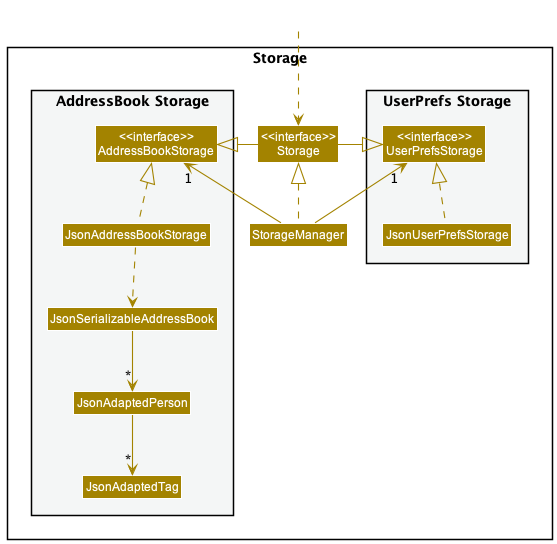
This is docs/images/StorageClassDiagram.png from nus-cs2103-AY2223S2/tp, a PlantUML export, as it was before one commit.
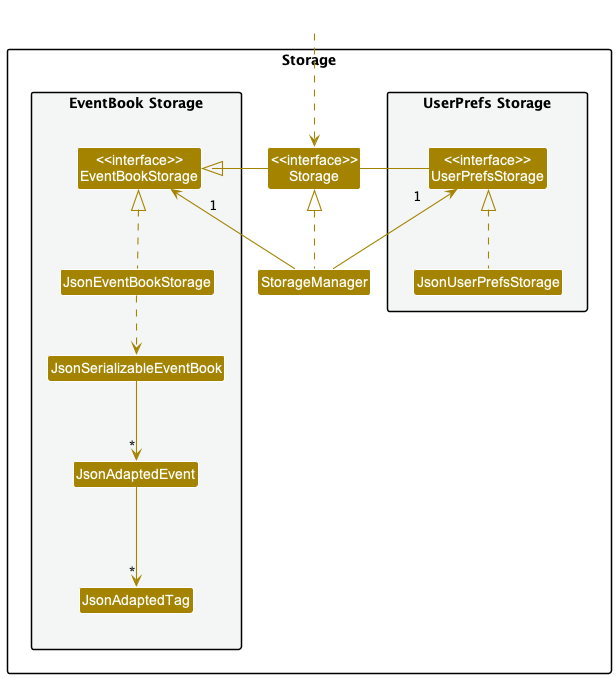
Later version of the same file.

The edit, as a diff of the source:
```diff
@@ -14,11 +14,11 @@
 Class "<<interface>>\nStorage" as Storage
 Class StorageManager
 
-package "AddressBook Storage" #F4F6F6{
-Class "<<interface>>\nAddressBookStorage" as AddressBookStorage
-Class JsonAddressBookStorage
-Class JsonSerializableAddressBook
-Class JsonAdaptedPerson
+package "EventBook Storage" #F4F6F6{
+Class "<<interface>>\nEventBookStorage" as EventBookStorage
+Class JsonEventBookStorage
+Class JsonSerializableEventBook
+Class JsonAdaptedEvent
 Class JsonAdaptedTag
 }
 
@@ -29,15 +29,15 @@
 
 StorageManager .up.|> Storage
 StorageManager -up-> "1" UserPrefsStorage
-StorageManager -up-> "1" AddressBookStorage
+StorageManager -up-> "1" EventBookStorage
 
 Storage -left-|> UserPrefsStorage
-Storage -right-|> AddressBookStorage
+Storage -right-|> EventBookStorage
 
 JsonUserPrefsStorage .up.|> UserPrefsStorage
-JsonAddressBookStorage .up.|> AddressBookStorage
-JsonAddressBookStorage ..> JsonSerializableAddressBook
-JsonSerializableAddressBook --> "*" JsonAdaptedPerson
-JsonAdaptedPerson --> "*" JsonAdaptedTag
+JsonEventBookStorage .up.|> EventBookStorage
+JsonEventBookStorage ..> JsonSerializableEventBook
+JsonSerializableEventBook --> "*" JsonAdaptedEvent
+JsonAdaptedEvent --> "*" JsonAdaptedTag
 
 @enduml
```
